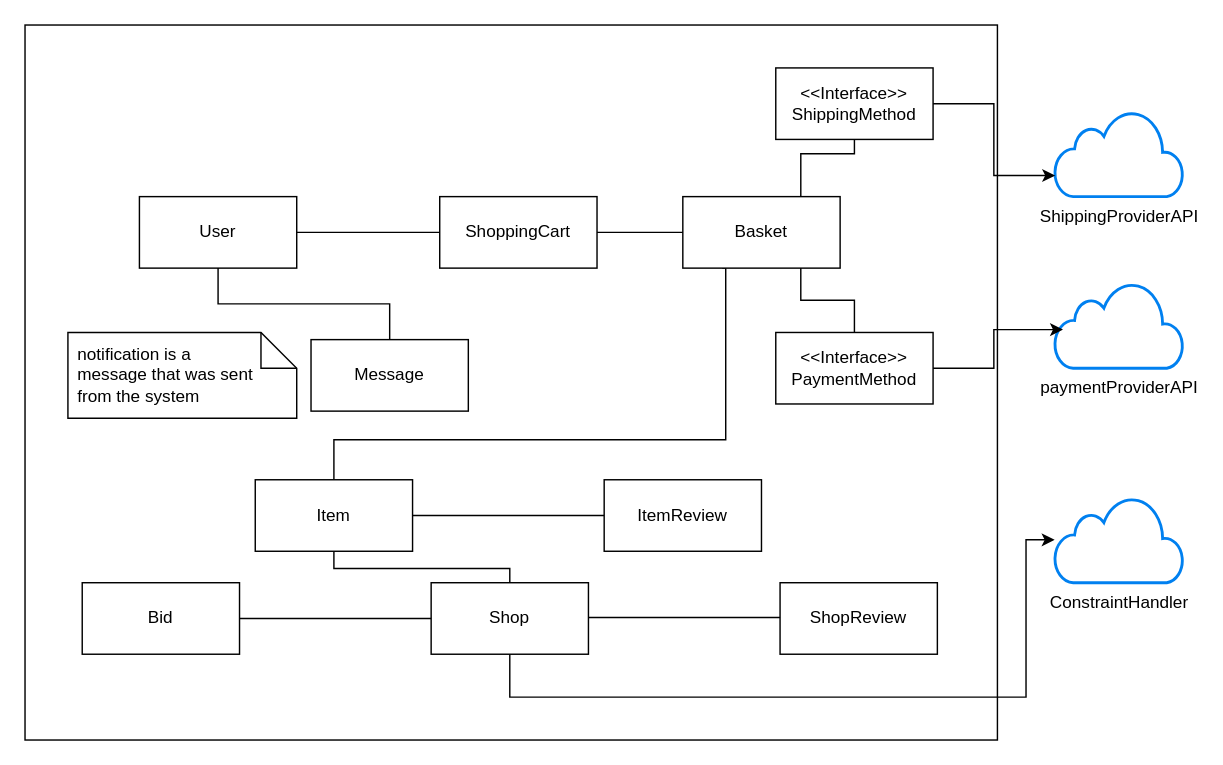
Before: ArchitectureDiagram.drawio in YehoGuy/ShoppingSystem, a draw.io diagram. Source tidied: cells renumbered, new cells numbered last; positions are measured from the earlier drawing's top-left corner, leaving out a move shared by most shapes. Both pictures are drawn from the tidied source at 143%, with x=0, y=0 at pixel (24, 24).
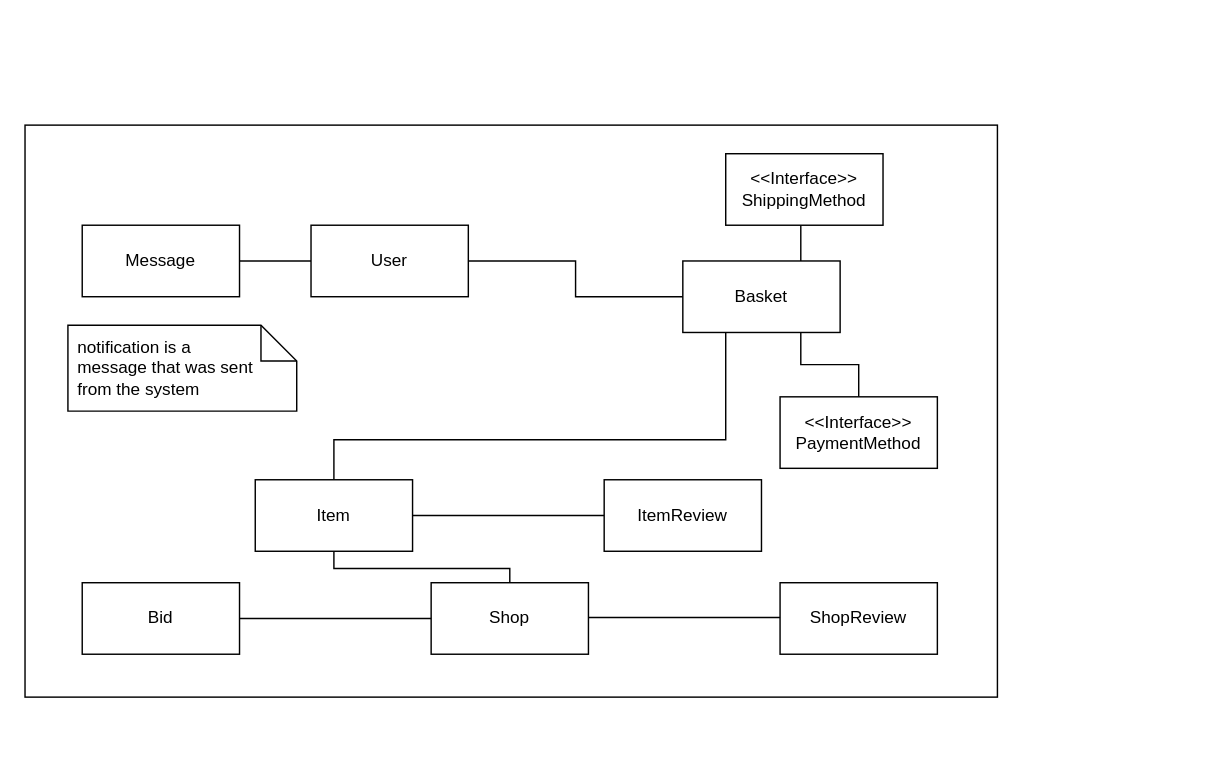
Above is the later version.

Unchanged cells that the change refers to:
```xml
<mxCell id="5" value="Shop" style="html=1;whiteSpace=wrap;" parent="1" vertex="1">
  <mxGeometry x="284" y="390" width="110" height="50" as="geometry" />
</mxCell>
```

What changed in the source:
```diff
@@
     <mxCell id="2" style="rounded=0;whiteSpace=wrap;html=1;" parent="1" vertex="1">
-      <mxGeometry width="680" height="500" as="geometry" />
+      <mxGeometry y="70" width="680" height="400" as="geometry" />
     </mxCell>
     <mxCell id="3" value="User" style="html=1;whiteSpace=wrap;" parent="1" vertex="1">
-      <mxGeometry x="80" y="120" width="110" height="50" as="geometry" />
+      <mxGeometry x="200" y="140" width="110" height="50" as="geometry" />
     </mxCell>
-    <mxCell id="4" style="edgeStyle=orthogonalEdgeStyle;rounded=0;jettySize=auto;html=1;exitX=0.5;exitY=1;exitDx=0;exitDy=0;" parent="1" edge="1" source="5" target="31">
-      <mxGeometry relative="1" as="geometry">
-        <Array as="points">
-          <mxPoint x="339" y="470" />
-          <mxPoint x="700" y="470" />
-          <mxPoint x="700" y="360" />
-        </Array>
-      </mxGeometry>
-    </mxCell>
@@
     <mxCell id="7" value="Basket" style="html=1;whiteSpace=wrap;" parent="1" vertex="1">
-      <mxGeometry x="460" y="120" width="110" height="50" as="geometry" />
+      <mxGeometry x="460" y="165" width="110" height="50" as="geometry" />
     </mxCell>
@@
-    <mxCell id="11" style="edgeStyle=orthogonalEdgeStyle;rounded=0;jettySize=auto;html=1;entryX=1;entryY=0.5;entryDx=0;entryDy=0;endArrow=none;startFill=0;" parent="1" edge="1" source="13" target="3">
+    <mxCell id="11" style="edgeStyle=orthogonalEdgeStyle;rounded=0;jettySize=auto;html=1;entryX=1;entryY=0.5;entryDx=0;entryDy=0;endArrow=none;startFill=0;exitX=0;exitY=0.5;exitDx=0;exitDy=0;" parent="1" edge="1" source="7" target="3">
       <mxGeometry relative="1" as="geometry" />
     </mxCell>
-    <mxCell id="12" style="edgeStyle=orthogonalEdgeStyle;rounded=0;jettySize=auto;html=1;exitX=1;exitY=0.5;exitDx=0;exitDy=0;entryX=0;entryY=0.5;entryDx=0;entryDy=0;endArrow=none;startFill=0;" parent="1" edge="1" source="13" target="7">
-      <mxGeometry relative="1" as="geometry" />
-    </mxCell>
-    <mxCell id="13" value="ShoppingCart" style="html=1;whiteSpace=wrap;" parent="1" vertex="1">
-      <mxGeometry x="290" y="120" width="110" height="50" as="geometry" />
-    </mxCell>
@@
     <mxCell id="15" value="&amp;lt;&amp;lt;Interface&amp;gt;&amp;gt;&lt;div&gt;PaymentMethod&lt;/div&gt;" style="html=1;whiteSpace=wrap;" parent="1" vertex="1">
-      <mxGeometry x="525" y="215" width="110" height="50" as="geometry" />
+      <mxGeometry x="528" y="260" width="110" height="50" as="geometry" />
     </mxCell>
@@
     <mxCell id="17" value="&amp;lt;&amp;lt;Interface&amp;gt;&amp;gt;&lt;div&gt;ShippingMethod&lt;/div&gt;" style="html=1;whiteSpace=wrap;" parent="1" vertex="1">
-      <mxGeometry x="525" y="30" width="110" height="50" as="geometry" />
+      <mxGeometry x="490" y="90" width="110" height="50" as="geometry" />
     </mxCell>
-    <mxCell id="18" value="ShippingProviderAPI" style="html=1;verticalLabelPosition=bottom;align=center;labelBackgroundColor=#ffffff;verticalAlign=top;strokeWidth=2;strokeColor=#0080F0;shadow=0;dashed=0;shape=mxgraph.ios7.icons.cloud;" parent="1" vertex="1">
-      <mxGeometry x="720" y="60" width="90" height="60" as="geometry" />
-    </mxCell>
-    <mxCell id="19" value="paymentProviderAPI" style="html=1;verticalLabelPosition=bottom;align=center;labelBackgroundColor=#ffffff;verticalAlign=top;strokeWidth=2;strokeColor=#0080F0;shadow=0;dashed=0;shape=mxgraph.ios7.icons.cloud;" parent="1" vertex="1">
-      <mxGeometry x="720" y="180" width="90" height="60" as="geometry" />
-    </mxCell>
-    <mxCell id="20" style="edgeStyle=orthogonalEdgeStyle;rounded=0;jettySize=auto;html=1;entryX=0.065;entryY=0.55;entryDx=0;entryDy=0;entryPerimeter=0;" parent="1" edge="1" source="15" target="19">
-      <mxGeometry relative="1" as="geometry" />
-    </mxCell>
-    <mxCell id="21" style="edgeStyle=orthogonalEdgeStyle;rounded=0;jettySize=auto;html=1;exitX=1;exitY=0.5;exitDx=0;exitDy=0;entryX=0.004;entryY=0.754;entryDx=0;entryDy=0;entryPerimeter=0;" parent="1" edge="1" source="17" target="18">
-      <mxGeometry relative="1" as="geometry" />
-    </mxCell>
@@
-    <mxCell id="25" style="edgeStyle=orthogonalEdgeStyle;rounded=0;jettySize=auto;html=1;exitX=0.5;exitY=0;exitDx=0;exitDy=0;entryX=0.5;entryY=1;entryDx=0;entryDy=0;endArrow=none;startFill=0;" parent="1" edge="1" source="26" target="3">
+    <mxCell id="25" style="edgeStyle=orthogonalEdgeStyle;rounded=0;jettySize=auto;html=1;exitX=1;exitY=0.5;exitDx=0;exitDy=0;entryX=0;entryY=0.5;entryDx=0;entryDy=0;endArrow=none;startFill=0;" parent="1" edge="1" source="26" target="3">
       <mxGeometry relative="1" as="geometry" />
     </mxCell>
     <mxCell id="26" value="Message" style="html=1;whiteSpace=wrap;" parent="1" vertex="1">
-      <mxGeometry x="200" y="220" width="110" height="50" as="geometry" />
+      <mxGeometry x="40" y="140" width="110" height="50" as="geometry" />
     </mxCell>
     <mxCell id="27" style="shape=note2;boundedLbl=1;whiteSpace=wrap;html=1;size=25;verticalAlign=top;align=left;spacingLeft=5;whiteSpace=wrap;" parent="1" vertex="1">
-      <mxGeometry x="30" y="215" width="160" height="60" as="geometry" />
+      <mxGeometry x="30" y="210" width="160" height="60" as="geometry" />
     </mxCell>
@@
-    <mxCell id="31" value="ConstraintHandler" style="html=1;verticalLabelPosition=bottom;align=center;labelBackgroundColor=#ffffff;verticalAlign=top;strokeWidth=2;strokeColor=#0080F0;shadow=0;dashed=0;shape=mxgraph.ios7.icons.cloud;" parent="1" vertex="1">
-      <mxGeometry x="720" y="330" width="90" height="60" as="geometry" />
-    </mxCell>
```
